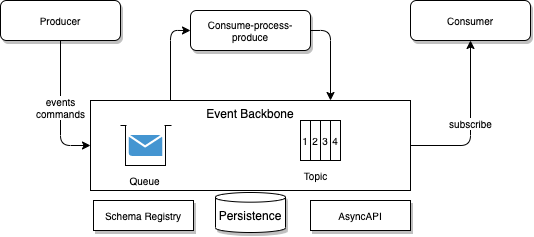
Above: docs/diagrams/event-backbone.drawio.png in jbcodeforce/eda-studies (draw.io), before the change. Source tidied: cells renumbered, new cells last; positions are measured from the earlier drawing's top-left corner, leaving out a move shared by most shapes.
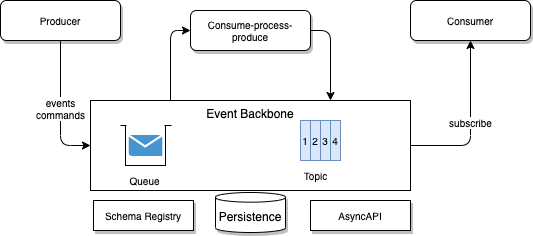
The same file after the commit.

Diff of the diagram source:
```diff
@@ -39,19 +39,19 @@
     <mxCell id="11" value="Queue" style="text;html=1;align=center;verticalAlign=middle;strokeColor=none;fillColor=none;fontSize=10;shadow=1;" parent="6" vertex="1">
       <mxGeometry x="-1" y="45" width="50" height="30" as="geometry" />
     </mxCell>
-    <mxCell id="12" style="group;" parent="1" vertex="1">
+    <mxCell id="12" style="group;fillColor=#dae8fc;strokeColor=#6c8ebf;" parent="1" vertex="1">
       <mxGeometry x="300" y="120" width="40" height="40" as="geometry" />
     </mxCell>
-    <mxCell id="13" value="1" style="rounded=0;whiteSpace=wrap;html=1;fontSize=10;" parent="12" vertex="1">
+    <mxCell id="13" value="1" style="rounded=0;whiteSpace=wrap;html=1;fontSize=10;fillColor=#dae8fc;strokeColor=#6c8ebf;" parent="12" vertex="1">
       <mxGeometry width="10" height="40" as="geometry" />
     </mxCell>
-    <mxCell id="14" value="2" style="rounded=0;whiteSpace=wrap;html=1;fontSize=10;" parent="12" vertex="1">
+    <mxCell id="14" value="2" style="rounded=0;whiteSpace=wrap;html=1;fontSize=10;fillColor=#dae8fc;strokeColor=#6c8ebf;" parent="12" vertex="1">
       <mxGeometry x="10" width="10" height="40" as="geometry" />
     </mxCell>
-    <mxCell id="15" value="3" style="rounded=0;whiteSpace=wrap;html=1;fontSize=10;" parent="12" vertex="1">
+    <mxCell id="15" value="3" style="rounded=0;whiteSpace=wrap;html=1;fontSize=10;fillColor=#dae8fc;strokeColor=#6c8ebf;" parent="12" vertex="1">
       <mxGeometry x="20" width="10" height="40" as="geometry" />
     </mxCell>
-    <mxCell id="16" value="4" style="rounded=0;whiteSpace=wrap;html=1;fontSize=10;" parent="12" vertex="1">
+    <mxCell id="16" value="4" style="rounded=0;whiteSpace=wrap;html=1;fontSize=10;fillColor=#dae8fc;strokeColor=#6c8ebf;" parent="12" vertex="1">
       <mxGeometry x="30" width="10" height="40" as="geometry" />
     </mxCell>
     <mxCell id="17" value="events&lt;br&gt;commands" style="edgeStyle=orthogonalEdgeStyle;html=1;entryX=0;entryY=0.5;entryDx=0;entryDy=0;fontSize=10;" parent="1" edge="1" source="18" target="4">
```
